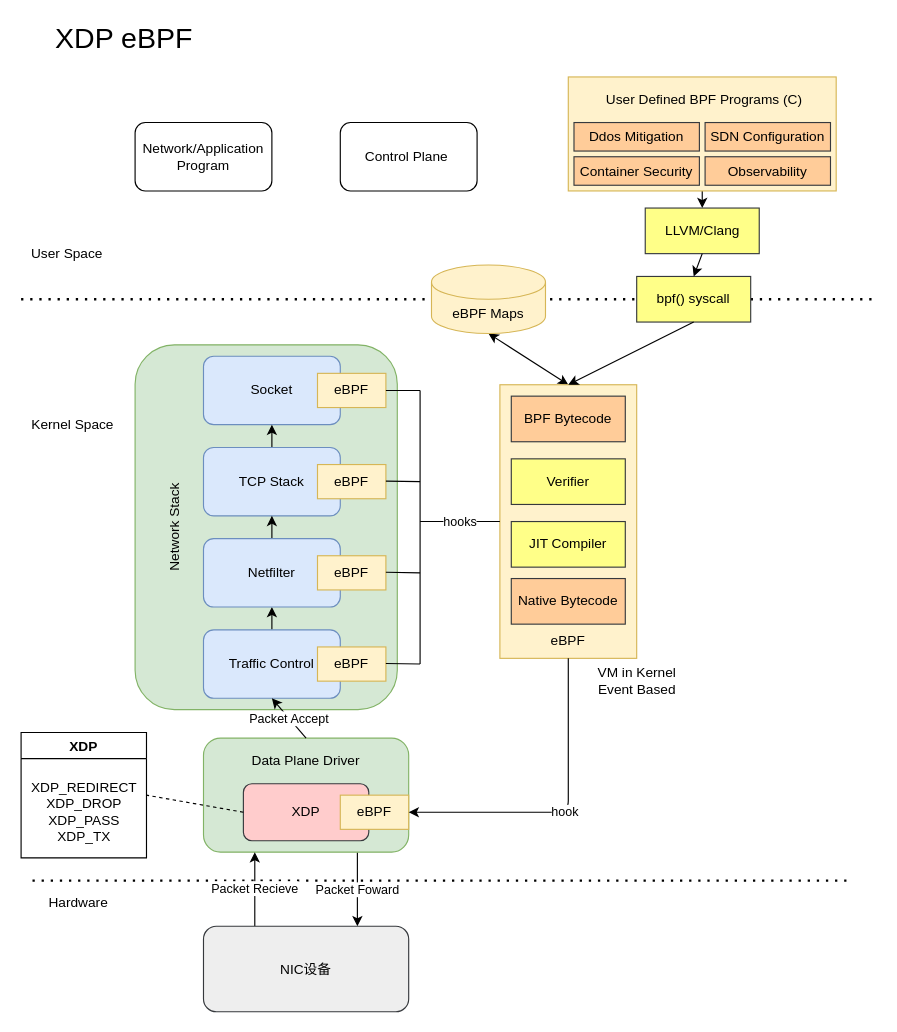
Earlier version of the draw.io diagram xdp-ebpf.drawio (AkaCoder404/Draw-io). Source tidied: cells renumbered, new cells numbered last; positions are measured from the earlier drawing's top-left corner, leaving out a move shared by most shapes. Both pictures are drawn from the tidied source at 114%, with x=0, y=0 at pixel (21, 25).
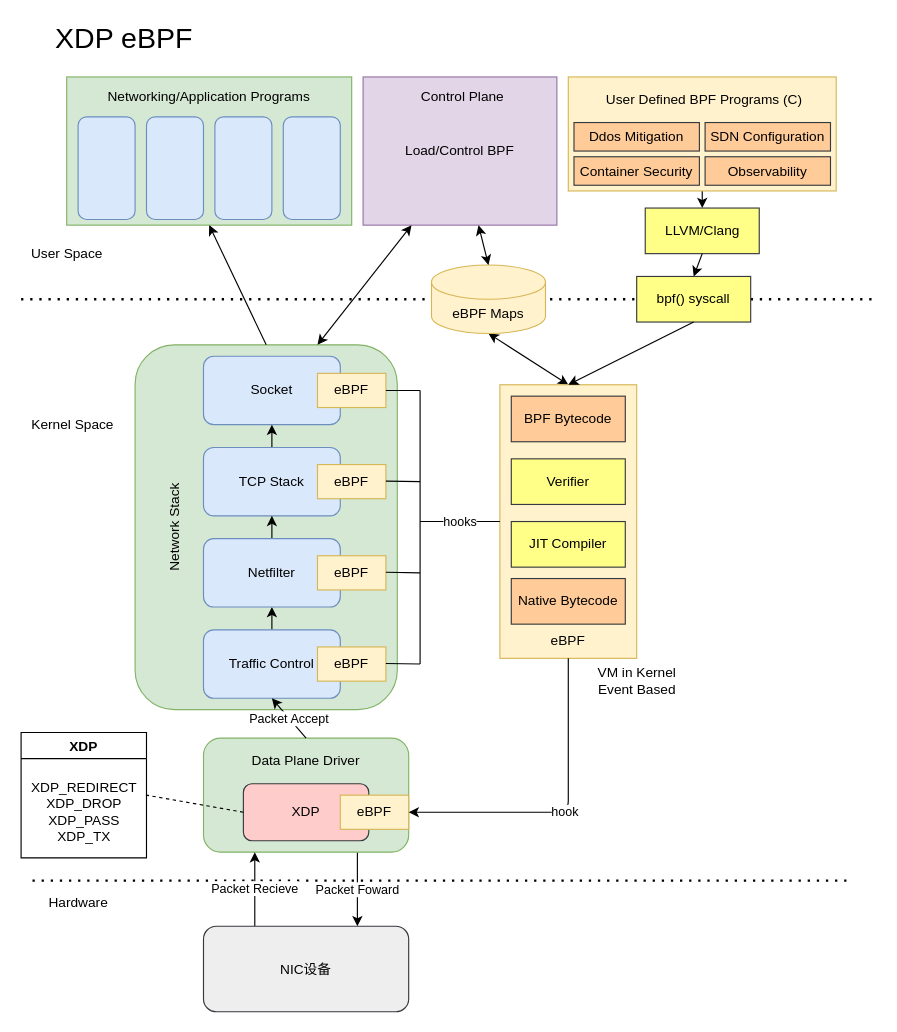
After the change.

The change refers to these unchanged cells:
```xml
<mxCell id="3" style="rounded=1;whiteSpace=wrap;html=1;fillColor=#d5e8d4;strokeColor=#82b366;" parent="1" vertex="1">
  <mxGeometry x="100" y="280" width="230" height="320" as="geometry" />
</mxCell>
<mxCell id="33" value="eBPF Maps" style="shape=cylinder3;whiteSpace=wrap;html=1;boundedLbl=1;backgroundOutline=1;size=15;fillColor=#fff2cc;strokeColor=#d6b656;" parent="1" vertex="1">
  <mxGeometry x="360" y="210" width="100" height="60" as="geometry" />
</mxCell>
```

What changed in the source:
```diff
@@
-    <mxCell id="27" value="Network/Application Program" style="rounded=1;whiteSpace=wrap;html=1;" parent="1" vertex="1">
-      <mxGeometry x="100" y="85" width="120" height="60" as="geometry" />
-    </mxCell>
@@
-    <mxCell id="54" value="Control Plane&amp;nbsp;" style="rounded=1;whiteSpace=wrap;html=1;" parent="1" vertex="1">
-      <mxGeometry x="280" y="85" width="120" height="60" as="geometry" />
-    </mxCell>
@@
+    <mxCell id="61" style="rounded=0;whiteSpace=wrap;html=1;fillColor=#d5e8d4;strokeColor=#82b366;" parent="1" vertex="1">
+      <mxGeometry x="40" y="45" width="250" height="130" as="geometry" />
+    </mxCell>
+    <mxCell id="62" value="Networking/Application Programs" style="text;html=1;strokeColor=none;fillColor=none;align=center;verticalAlign=middle;whiteSpace=wrap;rounded=0;" parent="1" vertex="1">
+      <mxGeometry x="70" y="45" width="190" height="35" as="geometry" />
+    </mxCell>
+    <mxCell id="63" style="rounded=1;whiteSpace=wrap;html=1;fillColor=#dae8fc;strokeColor=#6c8ebf;" parent="1" vertex="1">
+      <mxGeometry x="170" y="80" width="50" height="90" as="geometry" />
+    </mxCell>
+    <mxCell id="64" style="rounded=1;whiteSpace=wrap;html=1;fillColor=#dae8fc;strokeColor=#6c8ebf;" parent="1" vertex="1">
+      <mxGeometry x="230" y="80" width="50" height="90" as="geometry" />
+    </mxCell>
+    <mxCell id="65" style="rounded=1;whiteSpace=wrap;html=1;fillColor=#dae8fc;strokeColor=#6c8ebf;" parent="1" vertex="1">
+      <mxGeometry x="110" y="80" width="50" height="90" as="geometry" />
+    </mxCell>
+    <mxCell id="66" style="rounded=1;whiteSpace=wrap;html=1;fillColor=#dae8fc;strokeColor=#6c8ebf;" parent="1" vertex="1">
+      <mxGeometry x="50" y="80" width="50" height="90" as="geometry" />
+    </mxCell>
+    <mxCell id="67" value="Load/Control BPF" style="rounded=0;whiteSpace=wrap;html=1;fillColor=#e1d5e7;strokeColor=#9673a6;" parent="1" vertex="1">
+      <mxGeometry x="300" y="45" width="170" height="130" as="geometry" />
+    </mxCell>
+    <mxCell id="54" value="Control Plane" style="text;html=1;strokeColor=none;fillColor=none;align=center;verticalAlign=middle;whiteSpace=wrap;rounded=0;" parent="1" vertex="1">
+      <mxGeometry x="340" y="52.5" width="95" height="20" as="geometry" />
+    </mxCell>
+    <mxCell id="68" style="endArrow=classic;startArrow=classic;html=1;entryX=0.5;entryY=0;entryDx=0;entryDy=0;entryPerimeter=0;" parent="1" edge="1" source="67" target="33">
+      <mxGeometry relative="1" as="geometry" />
+    </mxCell>
+    <mxCell id="69" style="endArrow=classic;startArrow=classic;html=1;entryX=0.25;entryY=1;entryDx=0;entryDy=0;" parent="1" edge="1" target="67">
+      <mxGeometry relative="1" as="geometry">
+        <mxPoint x="260" y="280" as="sourcePoint" />
+      </mxGeometry>
+    </mxCell>
+    <mxCell id="70" style="endArrow=classic;html=1;exitX=0.5;exitY=0;exitDx=0;exitDy=0;entryX=0.5;entryY=1;entryDx=0;entryDy=0;" parent="1" edge="1" source="3" target="61">
+      <mxGeometry relative="1" as="geometry" />
+    </mxCell>
```
